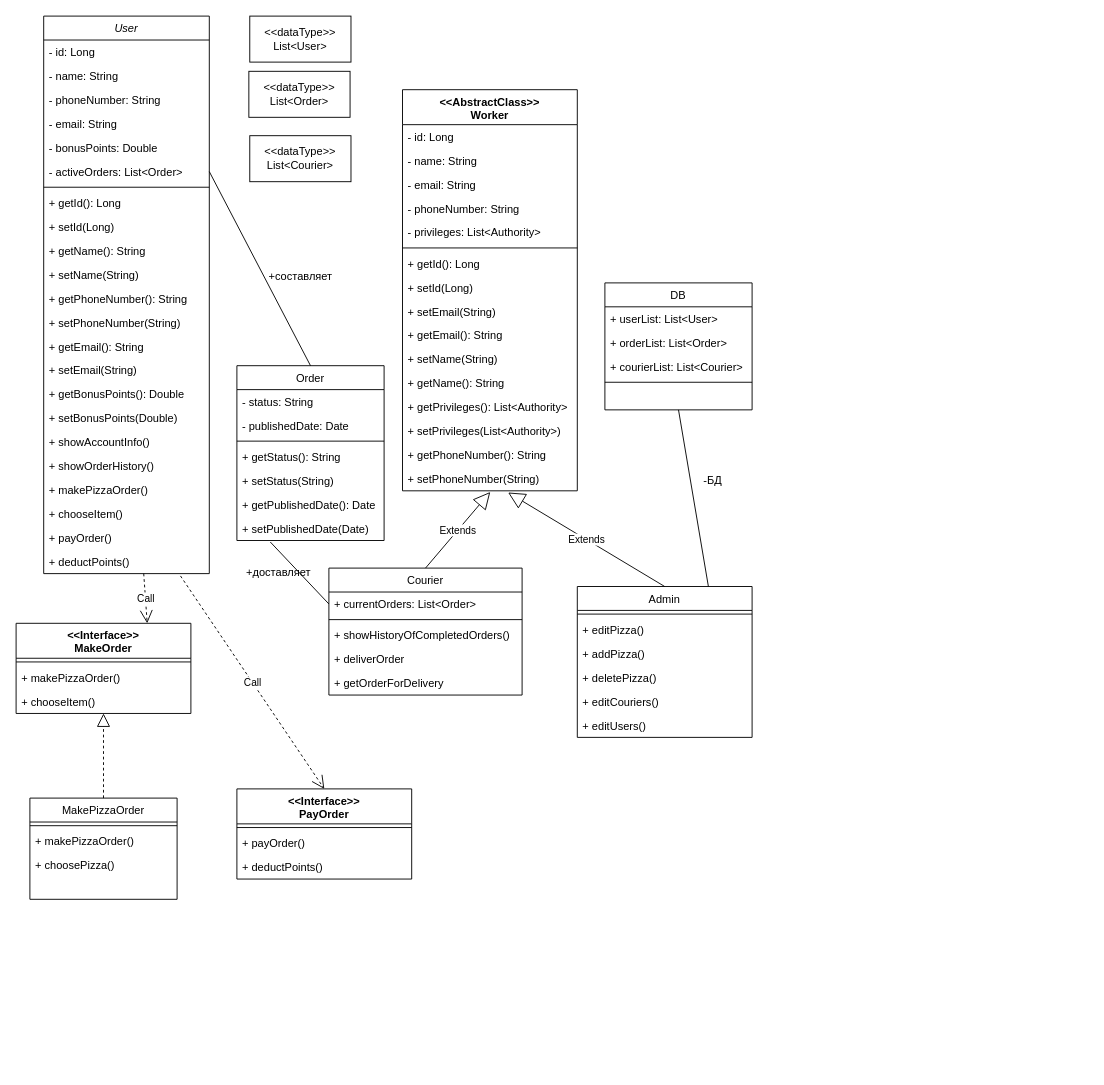
This is ДиаграммаКлассов.drawio from hard-gainer/UML, a draw.io file, before an edit. Source tidied: cells renumbered, new cells numbered last; positions are measured from the earlier drawing's top-left corner, leaving out a move shared by most shapes. Both pictures are drawn from the tidied source at 92%, with x=0, y=0 at pixel (16, 16).
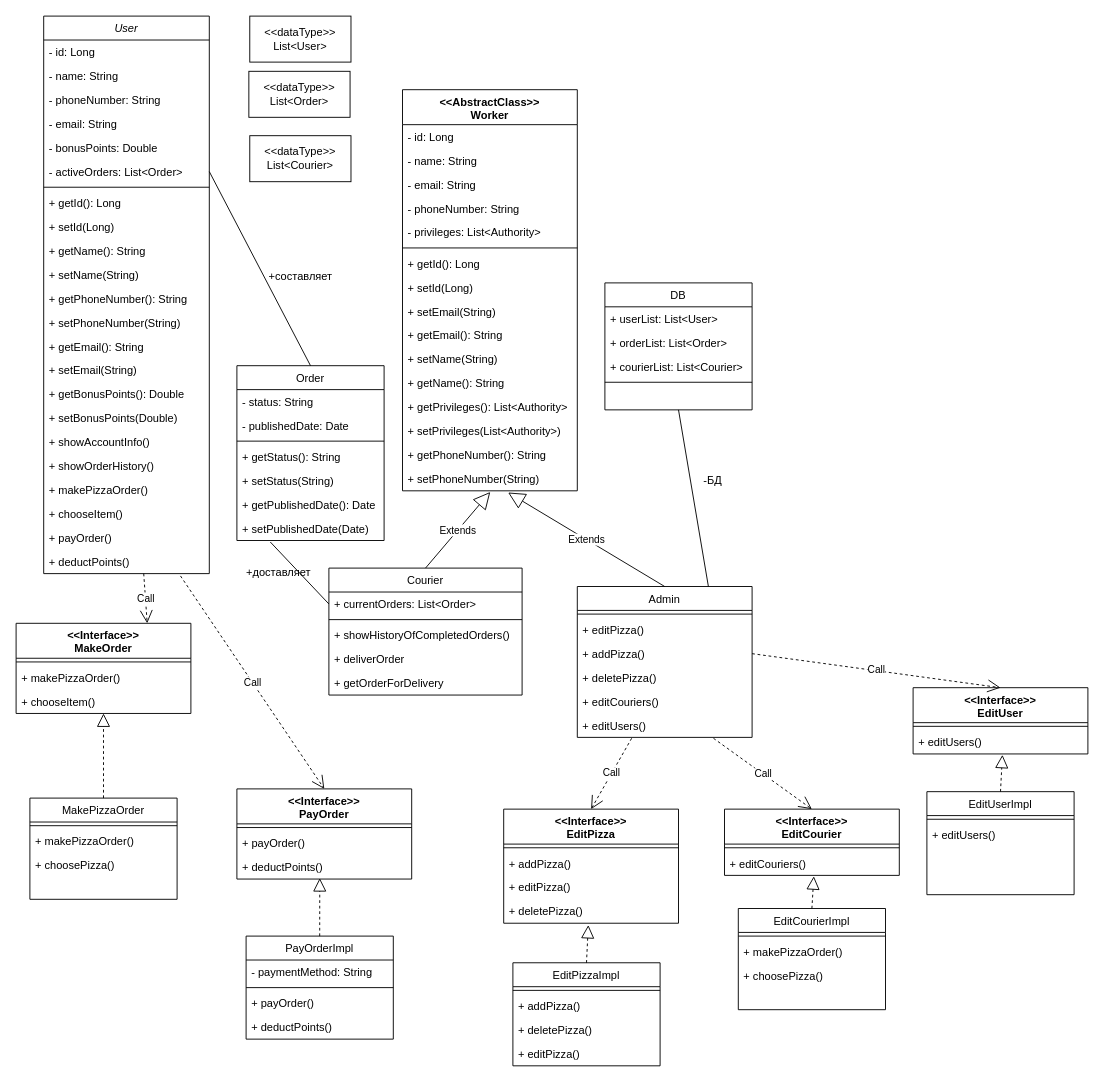
The same diagram, later.

Unchanged cells that the change refers to:
```xml
<mxCell id="67" value="+ addPizza()" style="text;align=left;verticalAlign=top;spacingLeft=4;spacingRight=4;overflow=hidden;points=[[0,0.5],[1,0.5]];portConstraint=eastwest;" parent="64" vertex="1">
  <mxGeometry y="60" width="190" height="26" as="geometry" />
</mxCell>
<mxCell id="70" value="+ editUsers()" style="text;align=left;verticalAlign=top;spacingLeft=4;spacingRight=4;overflow=hidden;points=[[0,0.5],[1,0.5]];portConstraint=eastwest;" parent="64" vertex="1">
  <mxGeometry y="138" width="190" height="26" as="geometry" />
</mxCell>
<mxCell id="87" value="+ deductPoints()" style="text;align=left;verticalAlign=top;spacingLeft=4;spacingRight=4;overflow=hidden;points=[[0,0.5],[1,0.5]];portConstraint=eastwest;" parent="84" vertex="1">
  <mxGeometry y="72" width="190" height="26" as="geometry" />
</mxCell>
```

The edit, as a diff of the source:
```diff
@@
+    <mxCell id="95" value="&lt;div&gt;&amp;lt;&amp;lt;Interface&amp;gt;&amp;gt;&lt;/div&gt;&lt;div&gt;EditPizza&lt;/div&gt;" style="swimlane;fontStyle=1;align=center;verticalAlign=top;horizontal=1;startSize=38;whiteSpace=wrap;html=1;" parent="1" vertex="1">
+      <mxGeometry x="530" y="862" width="190" height="124" as="geometry" />
+    </mxCell>
+    <mxCell id="96" style="line;strokeWidth=1;fillColor=none;align=left;verticalAlign=middle;spacingTop=-1;spacingLeft=3;spacingRight=3;labelPosition=right;strokeColor=inherit;" parent="95" vertex="1">
+      <mxGeometry y="38" width="190" height="8" as="geometry" />
+    </mxCell>
+    <mxCell id="97" value="+ addPizza()" style="text;align=left;verticalAlign=top;spacingLeft=4;spacingRight=4;overflow=hidden;" parent="95" vertex="1">
+      <mxGeometry y="46" width="190" height="26" as="geometry" />
+    </mxCell>
+    <mxCell id="98" value="+ editPizza()" style="text;align=left;verticalAlign=top;spacingLeft=4;spacingRight=4;overflow=hidden;" parent="95" vertex="1">
+      <mxGeometry y="72" width="190" height="26" as="geometry" />
+    </mxCell>
+    <mxCell id="99" value="+ deletePizza()" style="text;align=left;verticalAlign=top;spacingLeft=4;spacingRight=4;overflow=hidden;points=[[0,0.5],[1,0.5]];portConstraint=eastwest;" parent="95" vertex="1">
+      <mxGeometry y="98" width="190" height="26" as="geometry" />
+    </mxCell>
+    <mxCell id="100" value="&lt;div&gt;&amp;lt;&amp;lt;Interface&amp;gt;&amp;gt;&lt;/div&gt;&lt;div&gt;EditCourier&lt;/div&gt;" style="swimlane;fontStyle=1;align=center;verticalAlign=top;horizontal=1;startSize=38;whiteSpace=wrap;html=1;" parent="1" vertex="1">
+      <mxGeometry x="770" y="862" width="190" height="72" as="geometry" />
+    </mxCell>
+    <mxCell id="101" style="line;strokeWidth=1;fillColor=none;align=left;verticalAlign=middle;spacingTop=-1;spacingLeft=3;spacingRight=3;labelPosition=right;strokeColor=inherit;" parent="100" vertex="1">
+      <mxGeometry y="38" width="190" height="8" as="geometry" />
+    </mxCell>
+    <mxCell id="102" value="+ editCouriers()" style="text;align=left;verticalAlign=top;spacingLeft=4;spacingRight=4;overflow=hidden;points=[[0,0.5],[1,0.5]];portConstraint=eastwest;" parent="100" vertex="1">
+      <mxGeometry y="46" width="190" height="26" as="geometry" />
+    </mxCell>
+    <mxCell id="103" value="&lt;div&gt;&amp;lt;&amp;lt;Interface&amp;gt;&amp;gt;&lt;/div&gt;&lt;div&gt;EditUser&lt;/div&gt;" style="swimlane;fontStyle=1;align=center;verticalAlign=top;horizontal=1;startSize=38;whiteSpace=wrap;html=1;" parent="1" vertex="1">
+      <mxGeometry x="975" y="730" width="190" height="72" as="geometry" />
+    </mxCell>
+    <mxCell id="104" style="line;strokeWidth=1;fillColor=none;align=left;verticalAlign=middle;spacingTop=-1;spacingLeft=3;spacingRight=3;labelPosition=right;strokeColor=inherit;" parent="103" vertex="1">
+      <mxGeometry y="38" width="190" height="8" as="geometry" />
+    </mxCell>
+    <mxCell id="105" value="+ editUsers()" style="text;align=left;verticalAlign=top;spacingLeft=4;spacingRight=4;overflow=hidden;points=[[0,0.5],[1,0.5]];portConstraint=eastwest;" parent="103" vertex="1">
+      <mxGeometry y="46" width="190" height="26" as="geometry" />
+    </mxCell>
+    <mxCell id="106" value="Call" style="endArrow=open;endSize=12;dashed=1;html=1;rounded=0;exitX=0.311;exitY=1.038;exitDx=0;exitDy=0;entryX=0.5;entryY=0;entryDx=0;entryDy=0;exitPerimeter=0;" parent="1" edge="1" source="70" target="95">
+      <mxGeometry relative="1" as="geometry" />
+    </mxCell>
+    <mxCell id="107" value="Call" style="endArrow=open;endSize=12;dashed=1;html=1;rounded=0;exitX=0.779;exitY=1.038;exitDx=0;exitDy=0;entryX=0.5;entryY=0;entryDx=0;entryDy=0;exitPerimeter=0;" parent="1" edge="1" source="70" target="100">
+      <mxGeometry relative="1" as="geometry" />
+    </mxCell>
+    <mxCell id="108" value="Call" style="endArrow=open;endSize=12;dashed=1;html=1;rounded=0;exitX=1;exitY=0.5;exitDx=0;exitDy=0;entryX=0.5;entryY=0;entryDx=0;entryDy=0;" parent="1" edge="1" source="67" target="103">
+      <mxGeometry relative="1" as="geometry" />
+    </mxCell>
+    <mxCell id="109" value="EditPizzaImpl" style="swimlane;fontStyle=0;align=center;verticalAlign=top;horizontal=1;startSize=26;rounded=0;shadow=0;strokeWidth=1;" parent="1" vertex="1">
+      <mxGeometry x="540" y="1029" width="160" height="112" as="geometry" />
+    </mxCell>
+    <mxCell id="110" style="line;html=1;strokeWidth=1;align=left;verticalAlign=middle;spacingTop=-1;spacingLeft=3;spacingRight=3;labelPosition=right;" parent="109" vertex="1">
+      <mxGeometry y="26" width="160" height="8" as="geometry" />
+    </mxCell>
+    <mxCell id="111" value="+ addPizza()" style="text;align=left;verticalAlign=top;spacingLeft=4;spacingRight=4;overflow=hidden;" parent="109" vertex="1">
+      <mxGeometry y="34" width="160" height="26" as="geometry" />
+    </mxCell>
+    <mxCell id="112" value="+ deletePizza()" style="text;align=left;verticalAlign=top;spacingLeft=4;spacingRight=4;overflow=hidden;" parent="109" vertex="1">
+      <mxGeometry y="60" width="160" height="26" as="geometry" />
+    </mxCell>
+    <mxCell id="113" value="+ editPizza()" style="text;align=left;verticalAlign=top;spacingLeft=4;spacingRight=4;overflow=hidden;" parent="109" vertex="1">
+      <mxGeometry y="86" width="160" height="26" as="geometry" />
+    </mxCell>
+    <mxCell id="114" value="EditCourierImpl" style="swimlane;fontStyle=0;align=center;verticalAlign=top;horizontal=1;startSize=26;rounded=0;shadow=0;strokeWidth=1;" parent="1" vertex="1">
+      <mxGeometry x="785" y="970" width="160" height="110" as="geometry" />
+    </mxCell>
+    <mxCell id="115" style="line;html=1;strokeWidth=1;align=left;verticalAlign=middle;spacingTop=-1;spacingLeft=3;spacingRight=3;labelPosition=right;" parent="114" vertex="1">
+      <mxGeometry y="26" width="160" height="8" as="geometry" />
+    </mxCell>
+    <mxCell id="116" value="+ makePizzaOrder()" style="text;align=left;verticalAlign=top;spacingLeft=4;spacingRight=4;overflow=hidden;" parent="114" vertex="1">
+      <mxGeometry y="34" width="160" height="26" as="geometry" />
+    </mxCell>
+    <mxCell id="117" value="+ choosePizza()" style="text;align=left;verticalAlign=top;spacingLeft=4;spacingRight=4;overflow=hidden;" parent="114" vertex="1">
+      <mxGeometry y="60" width="160" height="26" as="geometry" />
+    </mxCell>
+    <mxCell id="118" value="EditUserImpl" style="swimlane;fontStyle=0;align=center;verticalAlign=top;horizontal=1;startSize=26;rounded=0;shadow=0;strokeWidth=1;" parent="1" vertex="1">
+      <mxGeometry x="990" y="843" width="160" height="112" as="geometry" />
+    </mxCell>
+    <mxCell id="119" style="line;html=1;strokeWidth=1;align=left;verticalAlign=middle;spacingTop=-1;spacingLeft=3;spacingRight=3;labelPosition=right;" parent="118" vertex="1">
+      <mxGeometry y="26" width="160" height="8" as="geometry" />
+    </mxCell>
+    <mxCell id="120" value="+ editUsers()" style="text;align=left;verticalAlign=top;spacingLeft=4;spacingRight=4;overflow=hidden;" parent="118" vertex="1">
+      <mxGeometry y="34" width="160" height="26" as="geometry" />
+    </mxCell>
+    <mxCell id="121" style="endArrow=block;dashed=1;endFill=0;endSize=12;html=1;rounded=0;exitX=0.5;exitY=0;exitDx=0;exitDy=0;entryX=0.484;entryY=1.077;entryDx=0;entryDy=0;entryPerimeter=0;" parent="1" edge="1" source="109" target="99">
+      <mxGeometry relative="1" as="geometry" />
+    </mxCell>
+    <mxCell id="122" style="endArrow=block;dashed=1;endFill=0;endSize=12;html=1;rounded=0;exitX=0.5;exitY=0;exitDx=0;exitDy=0;entryX=0.511;entryY=1.038;entryDx=0;entryDy=0;entryPerimeter=0;" parent="1" edge="1" source="114" target="102">
+      <mxGeometry relative="1" as="geometry" />
+    </mxCell>
+    <mxCell id="123" style="endArrow=block;dashed=1;endFill=0;endSize=12;html=1;rounded=0;exitX=0.5;exitY=0;exitDx=0;exitDy=0;entryX=0.511;entryY=1.038;entryDx=0;entryDy=0;entryPerimeter=0;" parent="1" edge="1" source="118" target="105">
+      <mxGeometry relative="1" as="geometry" />
+    </mxCell>
+    <mxCell id="124" value="PayOrderImpl" style="swimlane;fontStyle=0;align=center;verticalAlign=top;horizontal=1;startSize=26;rounded=0;shadow=0;strokeWidth=1;" parent="1" vertex="1">
+      <mxGeometry x="250" y="1000" width="160" height="112" as="geometry" />
+    </mxCell>
+    <mxCell id="125" value="- paymentMethod: String" style="text;align=left;verticalAlign=top;spacingLeft=4;spacingRight=4;overflow=hidden;" parent="124" vertex="1">
+      <mxGeometry y="26" width="160" height="26" as="geometry" />
+    </mxCell>
+    <mxCell id="126" style="line;html=1;strokeWidth=1;align=left;verticalAlign=middle;spacingTop=-1;spacingLeft=3;spacingRight=3;labelPosition=right;" parent="124" vertex="1">
+      <mxGeometry y="52" width="160" height="8" as="geometry" />
+    </mxCell>
+    <mxCell id="127" value="+ payOrder()" style="text;align=left;verticalAlign=top;spacingLeft=4;spacingRight=4;overflow=hidden;" parent="124" vertex="1">
+      <mxGeometry y="60" width="160" height="26" as="geometry" />
+    </mxCell>
+    <mxCell id="128" value="+ deductPoints()" style="text;align=left;verticalAlign=top;spacingLeft=4;spacingRight=4;overflow=hidden;" parent="124" vertex="1">
+      <mxGeometry y="86" width="160" height="26" as="geometry" />
+    </mxCell>
+    <mxCell id="129" style="endArrow=block;dashed=1;endFill=0;endSize=12;html=1;rounded=0;exitX=0.5;exitY=0;exitDx=0;exitDy=0;entryX=0.474;entryY=0.962;entryDx=0;entryDy=0;entryPerimeter=0;" parent="1" edge="1" source="124" target="87">
+      <mxGeometry relative="1" as="geometry" />
+    </mxCell>
```
